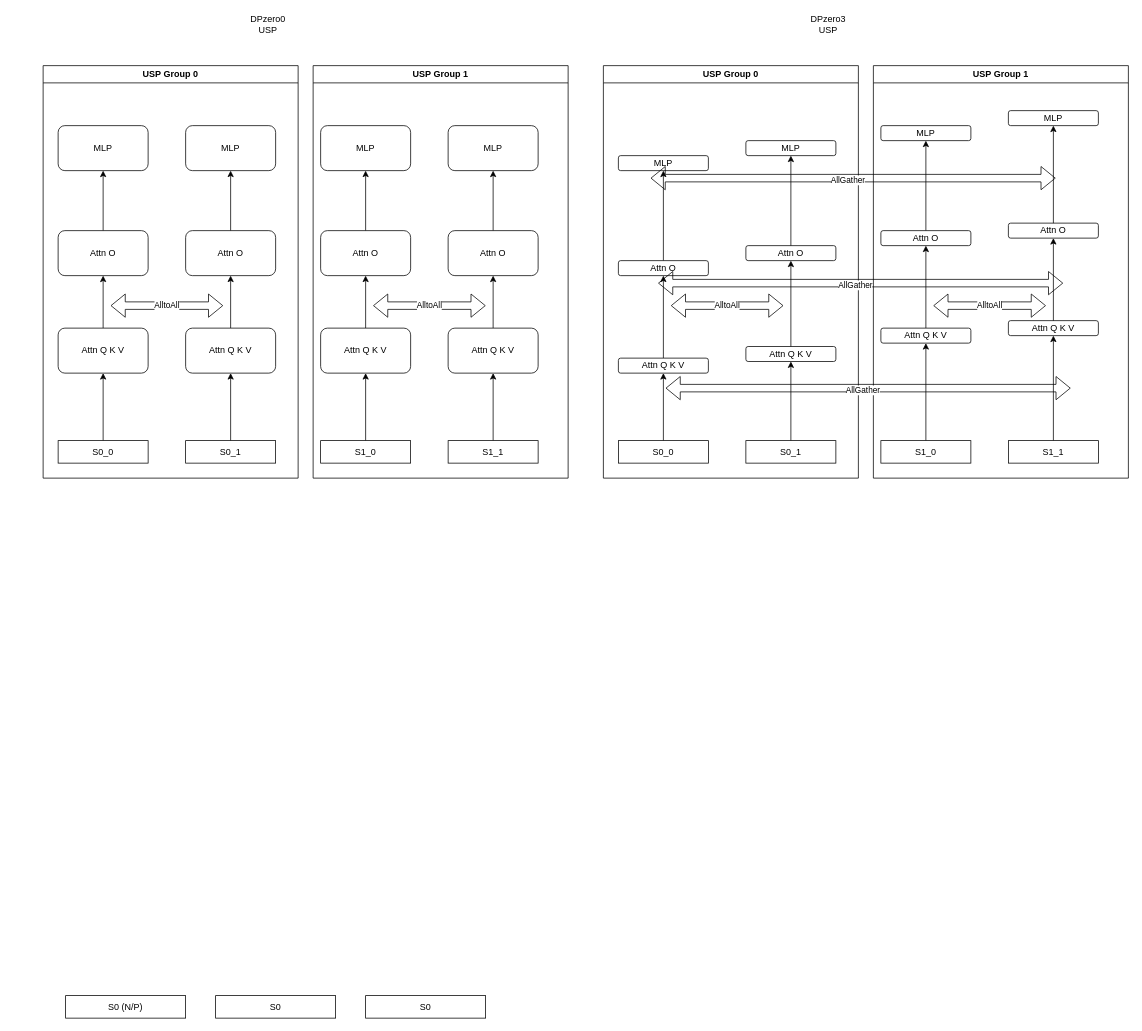
LamForest/draw.io keeps this draw.io diagram as Ulysses.drawio. Above is the earlier version. Source tidied: cells renumbered, new cells numbered last; positions are measured from the earlier drawing's top-left corner, leaving out a move shared by most shapes. Both pictures are drawn from the tidied source at 75%, with x=0, y=0 at pixel (43, 13).
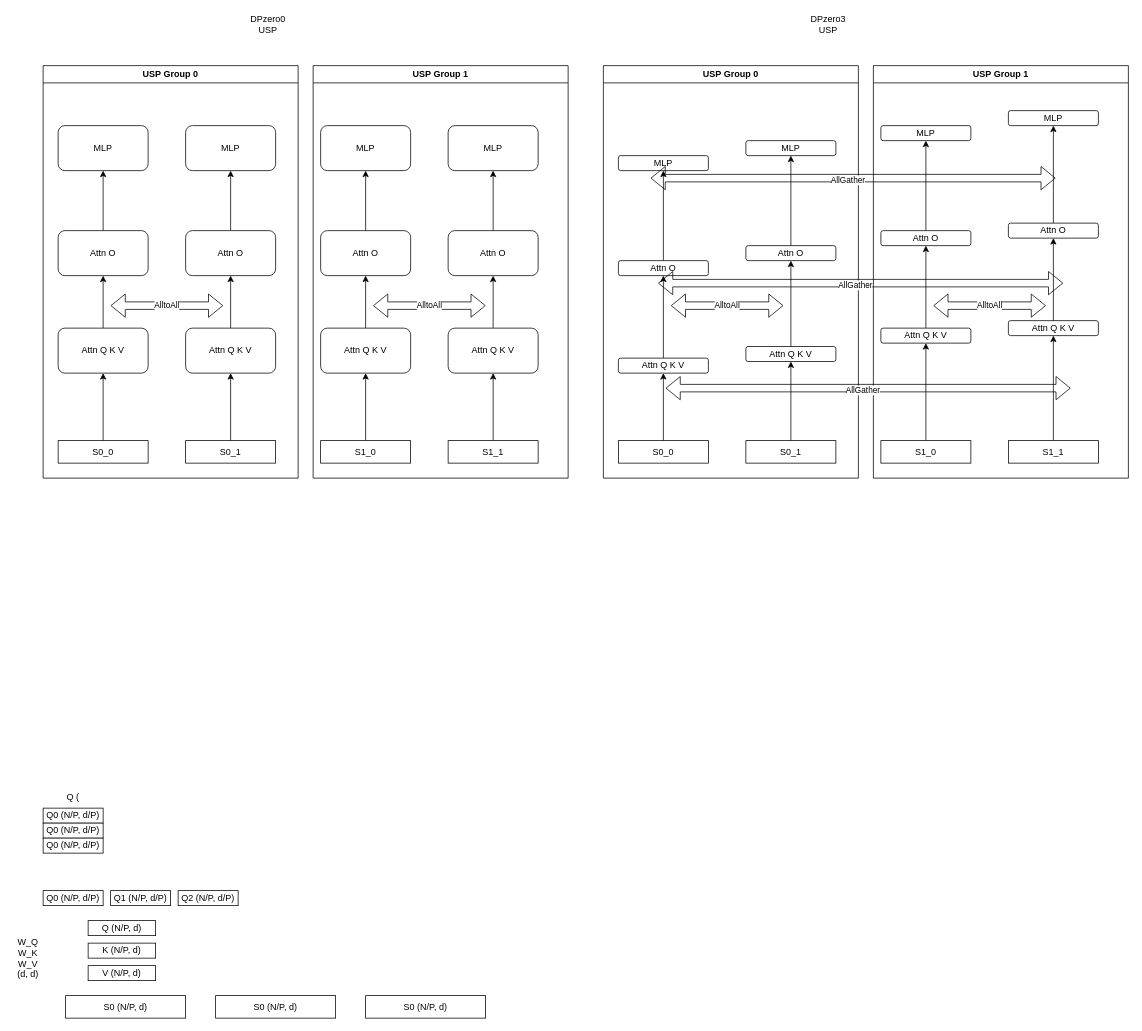
Above is the later version.

The edit, as a diff of the source:
```diff
@@
-    <mxCell id="78" value="S0 (N/P)" style="rounded=0;whiteSpace=wrap;html=1;" parent="1" vertex="1">
+    <mxCell id="78" value="S0 (N/P, d)" style="rounded=0;whiteSpace=wrap;html=1;" parent="1" vertex="1">
       <mxGeometry x="30" y="1310" width="160" height="30" as="geometry" />
     </mxCell>
-    <mxCell id="79" value="S0" style="rounded=0;whiteSpace=wrap;html=1;" parent="1" vertex="1">
+    <mxCell id="79" value="S0 (N/P, d)" style="rounded=0;whiteSpace=wrap;html=1;" parent="1" vertex="1">
       <mxGeometry x="230" y="1310" width="160" height="30" as="geometry" />
     </mxCell>
-    <mxCell id="80" value="S0" style="rounded=0;whiteSpace=wrap;html=1;" parent="1" vertex="1">
+    <mxCell id="80" value="S0 (N/P, d)" style="rounded=0;whiteSpace=wrap;html=1;" parent="1" vertex="1">
       <mxGeometry x="430" y="1310" width="160" height="30" as="geometry" />
     </mxCell>
+    <mxCell id="81" value="W_Q W_K W_V&lt;div&gt;(d, d)&lt;/div&gt;" style="text;html=1;align=center;verticalAlign=middle;whiteSpace=wrap;rounded=0;" parent="1" vertex="1">
+      <mxGeometry x="-40" y="1230" width="40" height="60" as="geometry" />
+    </mxCell>
+    <mxCell id="82" value="Q (N/P, d)" style="rounded=0;whiteSpace=wrap;html=1;" parent="1" vertex="1">
+      <mxGeometry x="60" y="1210" width="90" height="20" as="geometry" />
+    </mxCell>
+    <mxCell id="83" value="K (N/P, d)" style="rounded=0;whiteSpace=wrap;html=1;" parent="1" vertex="1">
+      <mxGeometry x="60" y="1240" width="90" height="20" as="geometry" />
+    </mxCell>
+    <mxCell id="84" value="V (N/P, d)" style="rounded=0;whiteSpace=wrap;html=1;" parent="1" vertex="1">
+      <mxGeometry x="60" y="1270" width="90" height="20" as="geometry" />
+    </mxCell>
+    <mxCell id="85" value="Q0 (N/P, d/P)" style="rounded=0;whiteSpace=wrap;html=1;" parent="1" vertex="1">
+      <mxGeometry y="1170" width="80" height="20" as="geometry" />
+    </mxCell>
+    <mxCell id="86" value="Q1 (N/P, d/P)" style="rounded=0;whiteSpace=wrap;html=1;" parent="1" vertex="1">
+      <mxGeometry x="90" y="1170" width="80" height="20" as="geometry" />
+    </mxCell>
+    <mxCell id="87" value="Q2 (N/P, d/P)" style="rounded=0;whiteSpace=wrap;html=1;" parent="1" vertex="1">
+      <mxGeometry x="180" y="1170" width="80" height="20" as="geometry" />
+    </mxCell>
+    <mxCell id="88" value="Q0 (N/P, d/P)" style="rounded=0;whiteSpace=wrap;html=1;" parent="1" vertex="1">
+      <mxGeometry y="1060" width="80" height="20" as="geometry" />
+    </mxCell>
+    <mxCell id="89" value="Q0 (N/P, d/P)" style="rounded=0;whiteSpace=wrap;html=1;" parent="1" vertex="1">
+      <mxGeometry y="1080" width="80" height="20" as="geometry" />
+    </mxCell>
+    <mxCell id="90" value="Q0 (N/P, d/P)" style="rounded=0;whiteSpace=wrap;html=1;" parent="1" vertex="1">
+      <mxGeometry y="1100" width="80" height="20" as="geometry" />
+    </mxCell>
+    <mxCell id="91" value="Q (" style="text;html=1;align=center;verticalAlign=middle;whiteSpace=wrap;rounded=0;" parent="1" vertex="1">
+      <mxGeometry x="10" y="1030" width="60" height="30" as="geometry" />
+    </mxCell>
```
